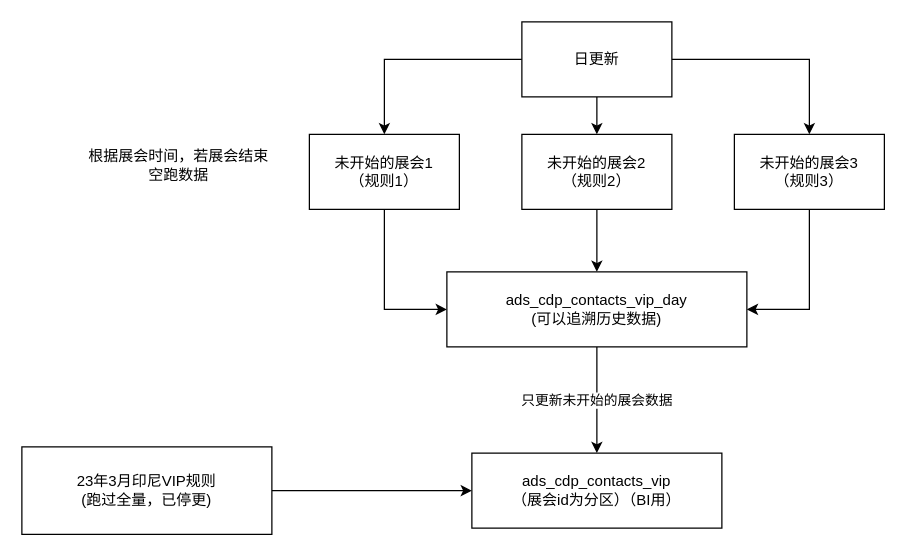
Earlier version of the draw.io diagram vip.drawio (HLSO6/draw). Source tidied: cells renumbered, new cells numbered last; positions are measured from the earlier drawing's top-left corner, leaving out a move shared by most shapes. Both pictures are drawn from the tidied source at 125%, with x=0, y=0 at pixel (21, 21).
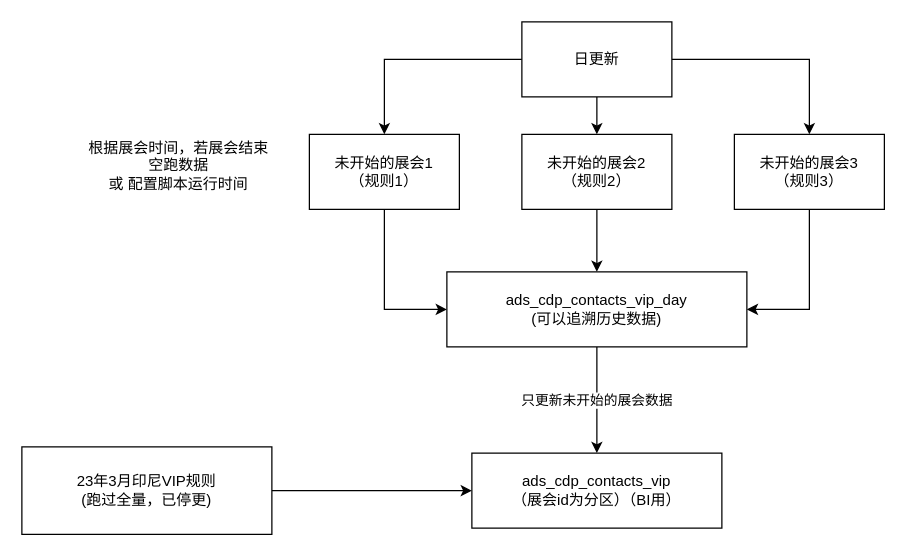
The same page after the edit.

Change to the diagram source:
```diff
@@
 <mxGraphModel>
   <root>
     <mxCell id="0" />
     <mxCell id="1" parent="0" />
     <mxCell id="2" value="ads_cdp_contacts_vip&lt;br&gt;（展会id为分区）（BI用）" style="rounded=0;whiteSpace=wrap;html=1;" parent="1" vertex="1">
       <mxGeometry x="360" y="345" width="200" height="60" as="geometry" />
     </mxCell>
     <mxCell id="3" style="edgeStyle=orthogonalEdgeStyle;rounded=0;jettySize=auto;html=1;entryX=0;entryY=0.5;entryDx=0;entryDy=0;" parent="1" edge="1" source="4" target="2">
       <mxGeometry relative="1" as="geometry" />
     </mxCell>
     <mxCell id="4" value="23年3月印尼VIP规则&lt;br&gt;(跑过全量，已停更)" style="rounded=0;whiteSpace=wrap;html=1;" parent="1" vertex="1">
       <mxGeometry y="340" width="200" height="70" as="geometry" />
     </mxCell>
     <mxCell id="5" style="edgeStyle=orthogonalEdgeStyle;rounded=0;jettySize=auto;html=1;entryX=0;entryY=0.5;entryDx=0;entryDy=0;" parent="1" edge="1" source="6" target="16">
       <mxGeometry relative="1" as="geometry" />
     </mxCell>
     <mxCell id="6" value="未开始的展会1&lt;br&gt;（规则1）" style="rounded=0;whiteSpace=wrap;html=1;" parent="1" vertex="1">
       <mxGeometry x="230" y="90" width="120" height="60" as="geometry" />
     </mxCell>
     <mxCell id="7" style="edgeStyle=orthogonalEdgeStyle;rounded=0;jettySize=auto;html=1;entryX=0.5;entryY=0;entryDx=0;entryDy=0;" parent="1" edge="1" source="8" target="16">
       <mxGeometry relative="1" as="geometry" />
     </mxCell>
     <mxCell id="8" value="未开始的展会2&lt;br&gt;（规则2）" style="rounded=0;whiteSpace=wrap;html=1;" parent="1" vertex="1">
       <mxGeometry x="400" y="90" width="120" height="60" as="geometry" />
     </mxCell>
     <mxCell id="9" style="edgeStyle=orthogonalEdgeStyle;rounded=0;jettySize=auto;html=1;entryX=1;entryY=0.5;entryDx=0;entryDy=0;" parent="1" edge="1" source="10" target="16">
       <mxGeometry relative="1" as="geometry" />
     </mxCell>
     <mxCell id="10" value="未开始的展会3&lt;br&gt;（规则3）" style="rounded=0;whiteSpace=wrap;html=1;" parent="1" vertex="1">
       <mxGeometry x="570" y="90" width="120" height="60" as="geometry" />
     </mxCell>
     <mxCell id="11" style="edgeStyle=orthogonalEdgeStyle;rounded=0;jettySize=auto;html=1;entryX=0.5;entryY=0;entryDx=0;entryDy=0;" parent="1" edge="1" source="14" target="8">
       <mxGeometry relative="1" as="geometry" />
     </mxCell>
     <mxCell id="12" style="edgeStyle=orthogonalEdgeStyle;rounded=0;jettySize=auto;html=1;" parent="1" edge="1" source="14" target="10">
       <mxGeometry relative="1" as="geometry" />
     </mxCell>
     <mxCell id="13" style="edgeStyle=orthogonalEdgeStyle;rounded=0;jettySize=auto;html=1;entryX=0.5;entryY=0;entryDx=0;entryDy=0;" parent="1" edge="1" source="14" target="6">
       <mxGeometry relative="1" as="geometry" />
     </mxCell>
     <mxCell id="14" value="日更新" style="rounded=0;whiteSpace=wrap;html=1;" parent="1" vertex="1">
       <mxGeometry x="400" width="120" height="60" as="geometry" />
     </mxCell>
     <mxCell id="15" value="只更新未开始的展会数据" style="edgeStyle=orthogonalEdgeStyle;rounded=0;jettySize=auto;html=1;entryX=0.5;entryY=0;entryDx=0;entryDy=0;" parent="1" edge="1" source="16" target="2">
       <mxGeometry relative="1" as="geometry" />
     </mxCell>
     <mxCell id="16" value="ads_cdp_contacts_vip_day&lt;br&gt;(可以追溯历史数据)" style="rounded=0;whiteSpace=wrap;html=1;" parent="1" vertex="1">
       <mxGeometry x="340" y="200" width="240" height="60" as="geometry" />
     </mxCell>
-    <mxCell id="17" value="根据展会时间，若展会结束&lt;br&gt;空跑数据" style="text;html=1;align=center;verticalAlign=middle;strokeColor=none;fillColor=none;" parent="1" vertex="1">
-      <mxGeometry x="40" y="95" width="170" height="40" as="geometry" />
+    <mxCell id="17" value="根据展会时间，若展会结束&lt;br&gt;空跑数据&lt;br&gt;或 配置脚本运行时间" style="text;html=1;align=center;verticalAlign=middle;strokeColor=none;fillColor=none;" parent="1" vertex="1">
+      <mxGeometry x="40" y="85" width="170" height="60" as="geometry" />
     </mxCell>
   </root>
 </mxGraphModel>
```
